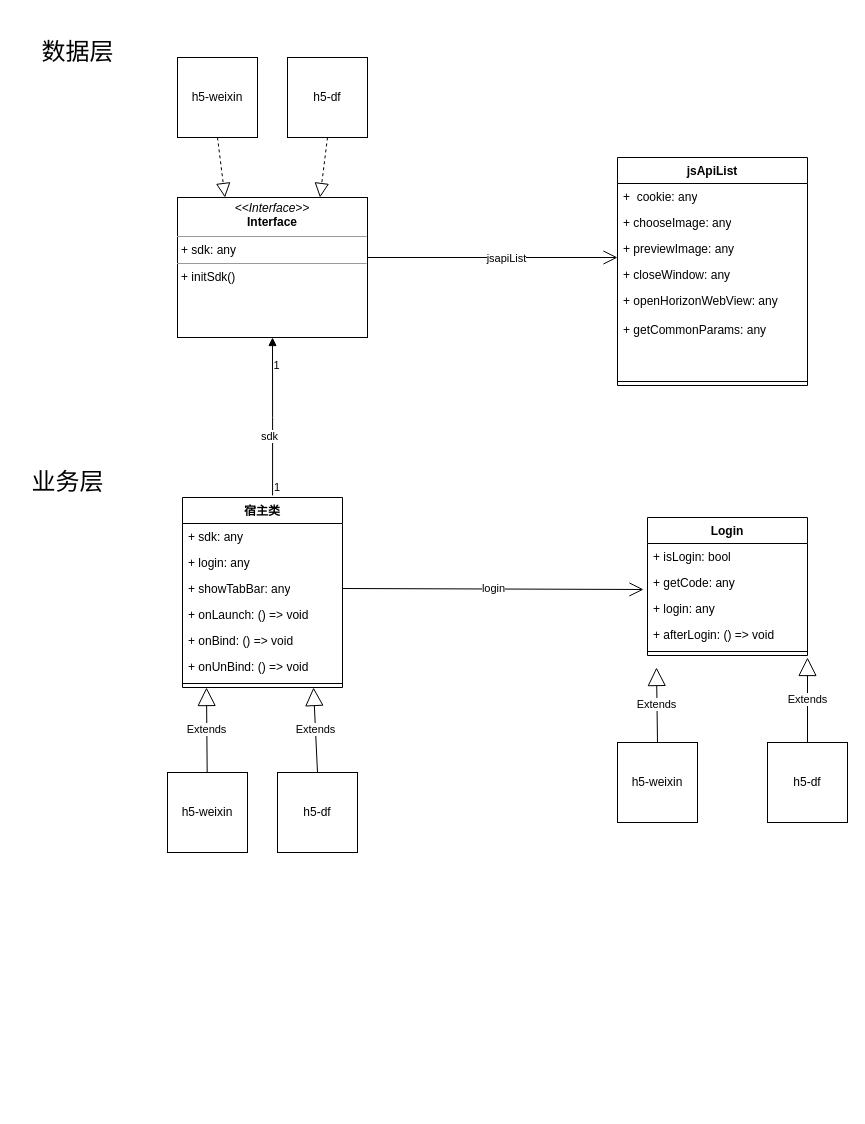
The draw.io diagram page "第 2 页" (2 of 3) of 未命名绘图.drawio in ios2014/ios--, before the edit. Source tidied: cells renumbered, new cells numbered last; positions are measured from the earlier drawing's top-left corner, leaving out a move shared by most shapes. Both pictures are drawn from the tidied source at 100%, with x=0, y=0 at pixel (17, 32).
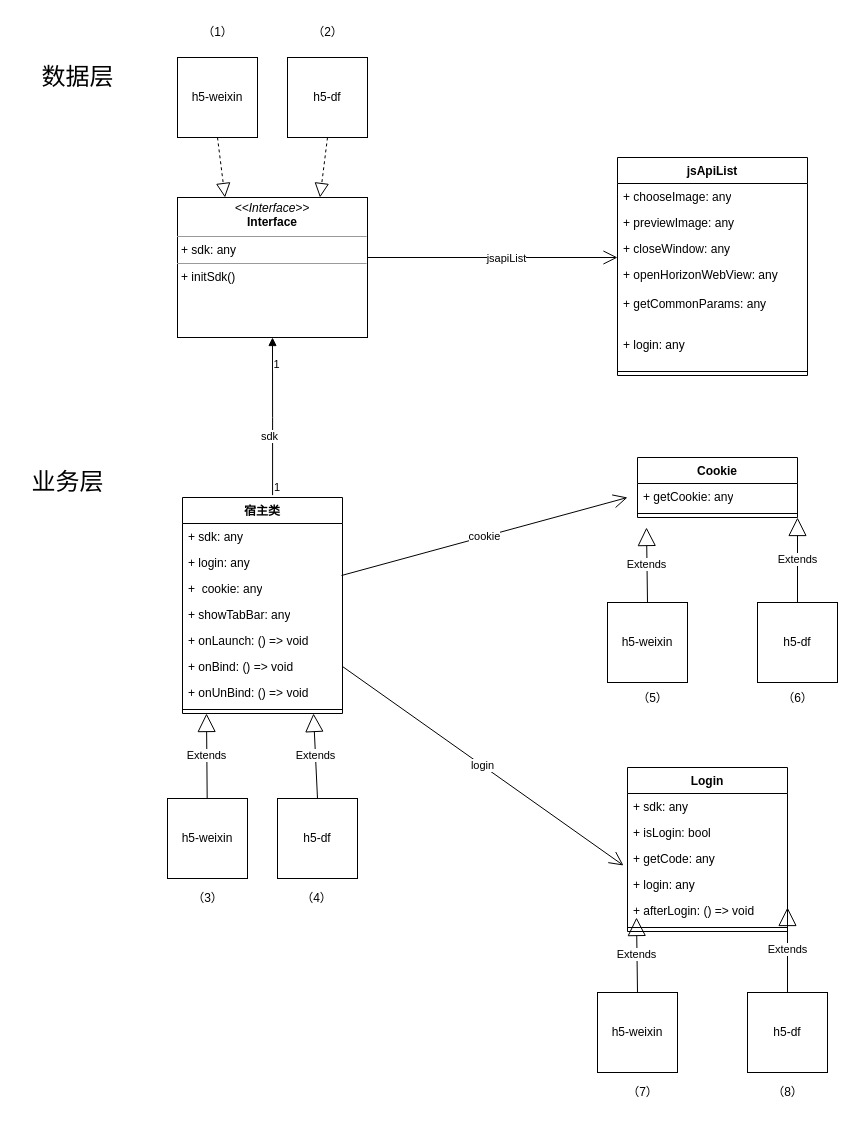
After the change.

Change to the diagram source:
```diff
@@
     <mxCell id="2" value="h5-weixin" style="whiteSpace=wrap;html=1;" parent="1" vertex="1">
-      <mxGeometry x="150" y="740" width="80" height="80" as="geometry" />
+      <mxGeometry x="150" y="766" width="80" height="80" as="geometry" />
     </mxCell>
     <mxCell id="3" value="h5-df" style="whiteSpace=wrap;html=1;" parent="1" vertex="1">
-      <mxGeometry x="260" y="740" width="80" height="80" as="geometry" />
+      <mxGeometry x="260" y="766" width="80" height="80" as="geometry" />
     </mxCell>
@@
     <mxCell id="7" value="&lt;font style=&quot;font-size: 24px;&quot;&gt;数据层&lt;/font&gt;" style="text;html=1;align=center;verticalAlign=middle;strokeColor=none;fillColor=none;" parent="1" vertex="1">
-      <mxGeometry x="10" width="100" height="40" as="geometry" />
+      <mxGeometry x="10" y="25" width="100" height="40" as="geometry" />
     </mxCell>
@@
     <mxCell id="9" value="宿主类" style="swimlane;fontStyle=1;align=center;verticalAlign=top;horizontal=1;startSize=26;whiteSpace=wrap;html=1;" parent="1" vertex="1">
-      <mxGeometry x="165" y="465" width="160" height="190" as="geometry" />
+      <mxGeometry x="165" y="465" width="160" height="216" as="geometry" />
     </mxCell>
@@
+    <mxCell id="26" value="+ &amp;nbsp;cookie:&amp;nbsp;any" style="text;strokeColor=none;fillColor=none;align=left;verticalAlign=top;spacingLeft=4;spacingRight=4;overflow=hidden;points=[[0,0.5],[1,0.5]];portConstraint=eastwest;whiteSpace=wrap;html=1;" parent="9" vertex="1">
+      <mxGeometry y="78" width="160" height="26" as="geometry" />
+    </mxCell>
     <mxCell id="12" value="+&amp;nbsp;showTabBar:&amp;nbsp;any" style="text;strokeColor=none;fillColor=none;align=left;verticalAlign=top;spacingLeft=4;spacingRight=4;overflow=hidden;points=[[0,0.5],[1,0.5]];portConstraint=eastwest;whiteSpace=wrap;html=1;" parent="9" vertex="1">
-      <mxGeometry y="78" width="160" height="26" as="geometry" />
+      <mxGeometry y="104" width="160" height="26" as="geometry" />
     </mxCell>
     <mxCell id="13" value="+&amp;nbsp;onLaunch: () =&amp;gt; void" style="text;strokeColor=none;fillColor=none;align=left;verticalAlign=top;spacingLeft=4;spacingRight=4;overflow=hidden;whiteSpace=wrap;html=1;" parent="9" vertex="1">
-      <mxGeometry y="104" width="160" height="26" as="geometry" />
+      <mxGeometry y="130" width="160" height="26" as="geometry" />
     </mxCell>
     <mxCell id="14" value="+&amp;nbsp;onBind: () =&amp;gt; void" style="text;strokeColor=none;fillColor=none;align=left;verticalAlign=top;spacingLeft=4;spacingRight=4;overflow=hidden;points=[[0,0.5],[1,0.5]];portConstraint=eastwest;whiteSpace=wrap;html=1;" parent="9" vertex="1">
-      <mxGeometry y="130" width="160" height="26" as="geometry" />
+      <mxGeometry y="156" width="160" height="26" as="geometry" />
     </mxCell>
     <mxCell id="15" value="+&amp;nbsp;onUnBind: () =&amp;gt; void" style="text;strokeColor=none;fillColor=none;align=left;verticalAlign=top;spacingLeft=4;spacingRight=4;overflow=hidden;whiteSpace=wrap;html=1;" parent="9" vertex="1">
-      <mxGeometry y="156" width="160" height="26" as="geometry" />
+      <mxGeometry y="182" width="160" height="26" as="geometry" />
     </mxCell>
     <mxCell id="16" style="line;strokeWidth=1;fillColor=none;align=left;verticalAlign=middle;spacingTop=-1;spacingLeft=3;spacingRight=3;labelPosition=right;strokeColor=inherit;" parent="9" vertex="1">
-      <mxGeometry y="182" width="160" height="8" as="geometry" />
+      <mxGeometry y="208" width="160" height="8" as="geometry" />
     </mxCell>
@@
     <mxCell id="21" value="Extends" style="endArrow=block;endSize=16;endFill=0;html=1;rounded=0;exitX=0.5;exitY=0;exitDx=0;exitDy=0;entryX=0.819;entryY=1;entryDx=0;entryDy=0;entryPerimeter=0;" parent="1" edge="1" source="3">
       <mxGeometry relative="1" as="geometry">
-        <mxPoint x="296" y="655" as="targetPoint" />
+        <mxPoint x="296" y="681" as="targetPoint" />
       </mxGeometry>
     </mxCell>
     <mxCell id="22" value="Extends" style="endArrow=block;endSize=16;endFill=0;html=1;rounded=0;" parent="1" edge="1" source="2">
       <mxGeometry relative="1" as="geometry">
-        <mxPoint x="189" y="655" as="targetPoint" />
+        <mxPoint x="189" y="681" as="targetPoint" />
       </mxGeometry>
     </mxCell>
@@
     <mxCell id="25" value="jsApiList" style="swimlane;fontStyle=1;align=center;verticalAlign=top;horizontal=1;startSize=26;whiteSpace=wrap;html=1;" parent="1" vertex="1">
-      <mxGeometry x="600" y="125" width="190" height="228" as="geometry" />
+      <mxGeometry x="600" y="125" width="190" height="218" as="geometry" />
     </mxCell>
-    <mxCell id="26" value="+ &amp;nbsp;cookie:&amp;nbsp;any" style="text;strokeColor=none;fillColor=none;align=left;verticalAlign=top;spacingLeft=4;spacingRight=4;overflow=hidden;points=[[0,0.5],[1,0.5]];portConstraint=eastwest;whiteSpace=wrap;html=1;" parent="25" vertex="1">
-      <mxGeometry y="26" width="190" height="26" as="geometry" />
-    </mxCell>
     <mxCell id="27" value="+&amp;nbsp;chooseImage:&amp;nbsp;any" style="text;strokeColor=none;fillColor=none;align=left;verticalAlign=top;spacingLeft=4;spacingRight=4;overflow=hidden;whiteSpace=wrap;html=1;" parent="25" vertex="1">
-      <mxGeometry y="52" width="190" height="26" as="geometry" />
+      <mxGeometry y="26" width="190" height="26" as="geometry" />
     </mxCell>
     <mxCell id="28" value="+&amp;nbsp;previewImage:&amp;nbsp;any" style="text;strokeColor=none;fillColor=none;align=left;verticalAlign=top;spacingLeft=4;spacingRight=4;overflow=hidden;whiteSpace=wrap;html=1;" parent="25" vertex="1">
-      <mxGeometry y="78" width="190" height="26" as="geometry" />
+      <mxGeometry y="52" width="190" height="26" as="geometry" />
     </mxCell>
     <mxCell id="29" value="+&amp;nbsp;closeWindow:&amp;nbsp;any" style="text;strokeColor=none;fillColor=none;align=left;verticalAlign=top;spacingLeft=4;spacingRight=4;overflow=hidden;whiteSpace=wrap;html=1;" parent="25" vertex="1">
-      <mxGeometry y="104" width="190" height="26" as="geometry" />
+      <mxGeometry y="78" width="190" height="26" as="geometry" />
     </mxCell>
     <mxCell id="30" value="+&amp;nbsp;openHorizonWebView:&amp;nbsp;any&lt;br&gt;&lt;br&gt;+ getCommonParams: any&lt;br&gt;" style="text;strokeColor=none;fillColor=none;align=left;verticalAlign=top;spacingLeft=4;spacingRight=4;overflow=hidden;whiteSpace=wrap;html=1;" parent="25" vertex="1">
-      <mxGeometry y="130" width="190" height="90" as="geometry" />
+      <mxGeometry y="104" width="190" height="56" as="geometry" />
     </mxCell>
+    <mxCell id="45" value="&lt;br&gt;+&amp;nbsp;login:&amp;nbsp;any" style="text;strokeColor=none;fillColor=none;align=left;verticalAlign=top;spacingLeft=4;spacingRight=4;overflow=hidden;whiteSpace=wrap;html=1;" parent="25" vertex="1">
+      <mxGeometry y="160" width="190" height="50" as="geometry" />
+    </mxCell>
     <mxCell id="31" style="line;strokeWidth=1;fillColor=none;align=left;verticalAlign=middle;spacingTop=-1;spacingLeft=3;spacingRight=3;labelPosition=right;strokeColor=inherit;" parent="25" vertex="1">
-      <mxGeometry y="220" width="190" height="8" as="geometry" />
+      <mxGeometry y="210" width="190" height="8" as="geometry" />
     </mxCell>
     <mxCell id="32" value="h5-weixin" style="whiteSpace=wrap;html=1;" parent="1" vertex="1">
-      <mxGeometry x="600" y="710" width="80" height="80" as="geometry" />
+      <mxGeometry x="580" y="960" width="80" height="80" as="geometry" />
     </mxCell>
     <mxCell id="33" value="h5-df" style="whiteSpace=wrap;html=1;" parent="1" vertex="1">
-      <mxGeometry x="750" y="710" width="80" height="80" as="geometry" />
+      <mxGeometry x="730" y="960" width="80" height="80" as="geometry" />
     </mxCell>
     <mxCell id="34" value="Login" style="swimlane;fontStyle=1;align=center;verticalAlign=top;horizontal=1;startSize=26;whiteSpace=wrap;html=1;" parent="1" vertex="1">
-      <mxGeometry x="630" y="485" width="160" height="138" as="geometry" />
+      <mxGeometry x="610" y="735" width="160" height="164" as="geometry" />
     </mxCell>
-    <mxCell id="35" value="+&amp;nbsp;isLogin: bool" style="text;strokeColor=none;fillColor=none;align=left;verticalAlign=top;spacingLeft=4;spacingRight=4;overflow=hidden;whiteSpace=wrap;html=1;" parent="34" vertex="1">
+    <mxCell id="35" value="+&amp;nbsp;sdk:&amp;nbsp;any" style="text;strokeColor=none;fillColor=none;align=left;verticalAlign=top;spacingLeft=4;spacingRight=4;overflow=hidden;whiteSpace=wrap;html=1;" parent="34" vertex="1">
       <mxGeometry y="26" width="160" height="26" as="geometry" />
     </mxCell>
+    <mxCell id="46" value="+&amp;nbsp;isLogin: bool" style="text;strokeColor=none;fillColor=none;align=left;verticalAlign=top;spacingLeft=4;spacingRight=4;overflow=hidden;whiteSpace=wrap;html=1;" parent="34" vertex="1">
+      <mxGeometry y="52" width="160" height="26" as="geometry" />
+    </mxCell>
     <mxCell id="36" value="+&amp;nbsp;getCode:&amp;nbsp;any" style="text;strokeColor=none;fillColor=none;align=left;verticalAlign=top;spacingLeft=4;spacingRight=4;overflow=hidden;points=[[0,0.5],[1,0.5]];portConstraint=eastwest;whiteSpace=wrap;html=1;" parent="34" vertex="1">
-      <mxGeometry y="52" width="160" height="26" as="geometry" />
+      <mxGeometry y="78" width="160" height="26" as="geometry" />
     </mxCell>
     <mxCell id="37" value="+&amp;nbsp;login:&amp;nbsp;any" style="text;strokeColor=none;fillColor=none;align=left;verticalAlign=top;spacingLeft=4;spacingRight=4;overflow=hidden;whiteSpace=wrap;html=1;" parent="34" vertex="1">
-      <mxGeometry y="78" width="160" height="26" as="geometry" />
+      <mxGeometry y="104" width="160" height="26" as="geometry" />
     </mxCell>
     <mxCell id="38" value="+&amp;nbsp;afterLogin: () =&amp;gt; void" style="text;strokeColor=none;fillColor=none;align=left;verticalAlign=top;spacingLeft=4;spacingRight=4;overflow=hidden;whiteSpace=wrap;html=1;" parent="34" vertex="1">
-      <mxGeometry y="104" width="160" height="26" as="geometry" />
+      <mxGeometry y="130" width="160" height="26" as="geometry" />
     </mxCell>
     <mxCell id="39" style="line;strokeWidth=1;fillColor=none;align=left;verticalAlign=middle;spacingTop=-1;spacingLeft=3;spacingRight=3;labelPosition=right;strokeColor=inherit;" parent="34" vertex="1">
-      <mxGeometry y="130" width="160" height="8" as="geometry" />
+      <mxGeometry y="156" width="160" height="8" as="geometry" />
     </mxCell>
     <mxCell id="40" value="Extends" style="endArrow=block;endSize=16;endFill=0;html=1;rounded=0;exitX=0.5;exitY=0;exitDx=0;exitDy=0;" parent="1" edge="1" source="33">
       <mxGeometry relative="1" as="geometry">
-        <mxPoint x="790" y="625" as="targetPoint" />
+        <mxPoint x="770" y="875" as="targetPoint" />
       </mxGeometry>
     </mxCell>
     <mxCell id="41" value="Extends" style="endArrow=block;endSize=16;endFill=0;html=1;rounded=0;exitX=0.5;exitY=0;exitDx=0;exitDy=0;" parent="1" edge="1" source="32">
       <mxGeometry relative="1" as="geometry">
-        <mxPoint x="639" y="635" as="targetPoint" />
+        <mxPoint x="619" y="885" as="targetPoint" />
       </mxGeometry>
     </mxCell>
-    <mxCell id="42" value="login" style="endArrow=open;endFill=1;endSize=12;html=1;rounded=0;entryX=-0.025;entryY=0.769;entryDx=0;entryDy=0;entryPerimeter=0;exitX=1;exitY=0.5;exitDx=0;exitDy=0;" parent="1" edge="1" source="12" target="36">
+    <mxCell id="42" value="login" style="endArrow=open;endFill=1;endSize=12;html=1;rounded=0;entryX=-0.025;entryY=0.769;entryDx=0;entryDy=0;entryPerimeter=0;exitX=1;exitY=0.5;exitDx=0;exitDy=0;" parent="1" edge="1" source="14" target="36">
       <mxGeometry relative="1" as="geometry" />
     </mxCell>
@@
+    <mxCell id="47" value="h5-weixin" style="whiteSpace=wrap;html=1;" parent="1" vertex="1">
+      <mxGeometry x="590" y="570" width="80" height="80" as="geometry" />
+    </mxCell>
+    <mxCell id="48" value="h5-df" style="whiteSpace=wrap;html=1;" parent="1" vertex="1">
+      <mxGeometry x="740" y="570" width="80" height="80" as="geometry" />
+    </mxCell>
+    <mxCell id="49" value="Cookie" style="swimlane;fontStyle=1;align=center;verticalAlign=top;horizontal=1;startSize=26;whiteSpace=wrap;html=1;" parent="1" vertex="1">
+      <mxGeometry x="620" y="425" width="160" height="60" as="geometry" />
+    </mxCell>
+    <mxCell id="50" value="+&amp;nbsp;getCookie:&amp;nbsp;any" style="text;strokeColor=none;fillColor=none;align=left;verticalAlign=top;spacingLeft=4;spacingRight=4;overflow=hidden;whiteSpace=wrap;html=1;" parent="49" vertex="1">
+      <mxGeometry y="26" width="160" height="26" as="geometry" />
+    </mxCell>
+    <mxCell id="51" style="line;strokeWidth=1;fillColor=none;align=left;verticalAlign=middle;spacingTop=-1;spacingLeft=3;spacingRight=3;labelPosition=right;strokeColor=inherit;" parent="49" vertex="1">
+      <mxGeometry y="52" width="160" height="8" as="geometry" />
+    </mxCell>
+    <mxCell id="52" value="Extends" style="endArrow=block;endSize=16;endFill=0;html=1;rounded=0;exitX=0.5;exitY=0;exitDx=0;exitDy=0;" parent="1" edge="1" source="48">
+      <mxGeometry relative="1" as="geometry">
+        <mxPoint x="780" y="485" as="targetPoint" />
+      </mxGeometry>
+    </mxCell>
+    <mxCell id="53" value="Extends" style="endArrow=block;endSize=16;endFill=0;html=1;rounded=0;exitX=0.5;exitY=0;exitDx=0;exitDy=0;" parent="1" edge="1" source="47">
+      <mxGeometry relative="1" as="geometry">
+        <mxPoint x="629" y="495" as="targetPoint" />
+      </mxGeometry>
+    </mxCell>
+    <mxCell id="54" value="cookie" style="endArrow=open;endFill=1;endSize=12;html=1;rounded=0;exitX=0.994;exitY=0;exitDx=0;exitDy=0;exitPerimeter=0;" parent="1" edge="1" source="26">
+      <mxGeometry relative="1" as="geometry">
+        <mxPoint x="610" y="465" as="targetPoint" />
+      </mxGeometry>
+    </mxCell>
+    <mxCell id="55" value="（1）" style="text;html=1;align=center;verticalAlign=middle;strokeColor=none;fillColor=none;" parent="1" vertex="1">
+      <mxGeometry x="175" y="-15" width="50" height="30" as="geometry" />
+    </mxCell>
+    <mxCell id="56" value="（2）" style="text;html=1;align=center;verticalAlign=middle;strokeColor=none;fillColor=none;" parent="1" vertex="1">
+      <mxGeometry x="285" y="-15" width="50" height="30" as="geometry" />
+    </mxCell>
+    <mxCell id="57" value="（3）" style="text;html=1;align=center;verticalAlign=middle;strokeColor=none;fillColor=none;" parent="1" vertex="1">
+      <mxGeometry x="165" y="851" width="50" height="30" as="geometry" />
+    </mxCell>
+    <mxCell id="58" value="（4）" style="text;html=1;align=center;verticalAlign=middle;strokeColor=none;fillColor=none;" parent="1" vertex="1">
+      <mxGeometry x="274" y="851" width="50" height="30" as="geometry" />
+    </mxCell>
+    <mxCell id="59" value="（7）" style="text;html=1;align=center;verticalAlign=middle;strokeColor=none;fillColor=none;" parent="1" vertex="1">
+      <mxGeometry x="600" y="1045" width="50" height="30" as="geometry" />
+    </mxCell>
+    <mxCell id="60" value="（8）" style="text;html=1;align=center;verticalAlign=middle;strokeColor=none;fillColor=none;" parent="1" vertex="1">
+      <mxGeometry x="745" y="1045" width="50" height="30" as="geometry" />
+    </mxCell>
+    <mxCell id="61" value="（5）" style="text;html=1;align=center;verticalAlign=middle;strokeColor=none;fillColor=none;" parent="1" vertex="1">
+      <mxGeometry x="610" y="651" width="50" height="30" as="geometry" />
+    </mxCell>
+    <mxCell id="62" value="（6）" style="text;html=1;align=center;verticalAlign=middle;strokeColor=none;fillColor=none;" parent="1" vertex="1">
+      <mxGeometry x="755" y="651" width="50" height="30" as="geometry" />
+    </mxCell>
```
